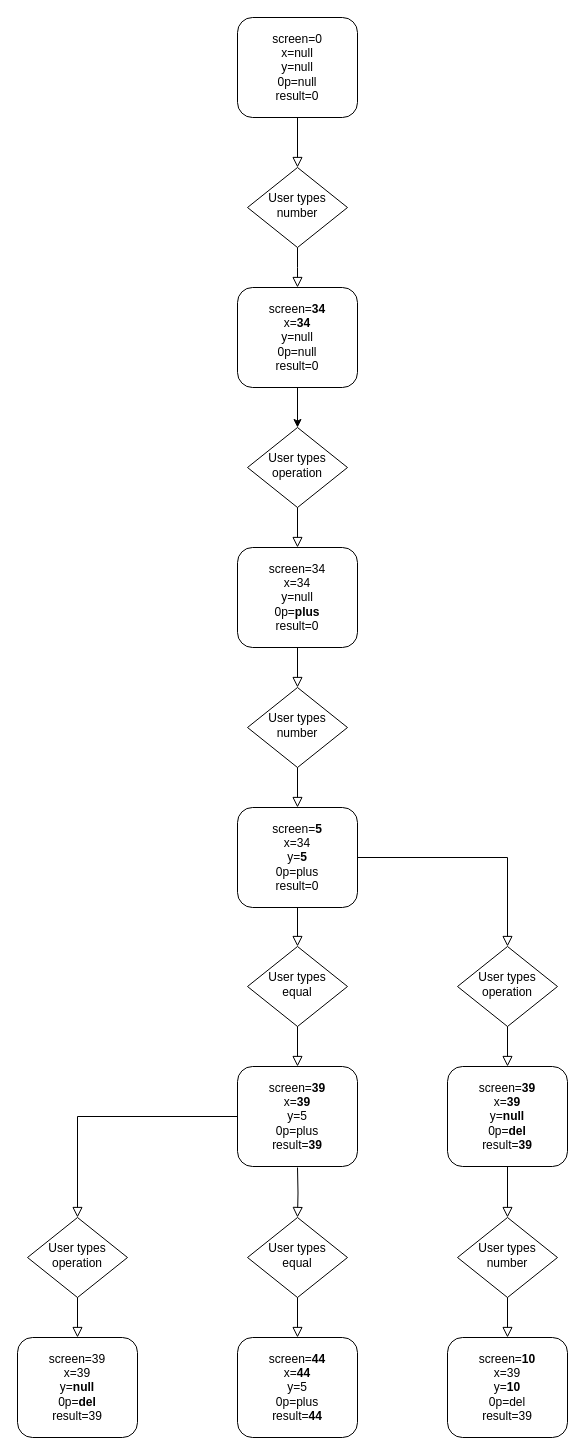
Above: calc.drawio in hector1234567/calculator-app (draw.io), before the change. Source tidied: cells renumbered, new cells numbered last; positions are measured from the earlier drawing's top-left corner, leaving out a move shared by most shapes. Both pictures are drawn from the tidied source at 100%, with x=0, y=0 at pixel (17, 17).
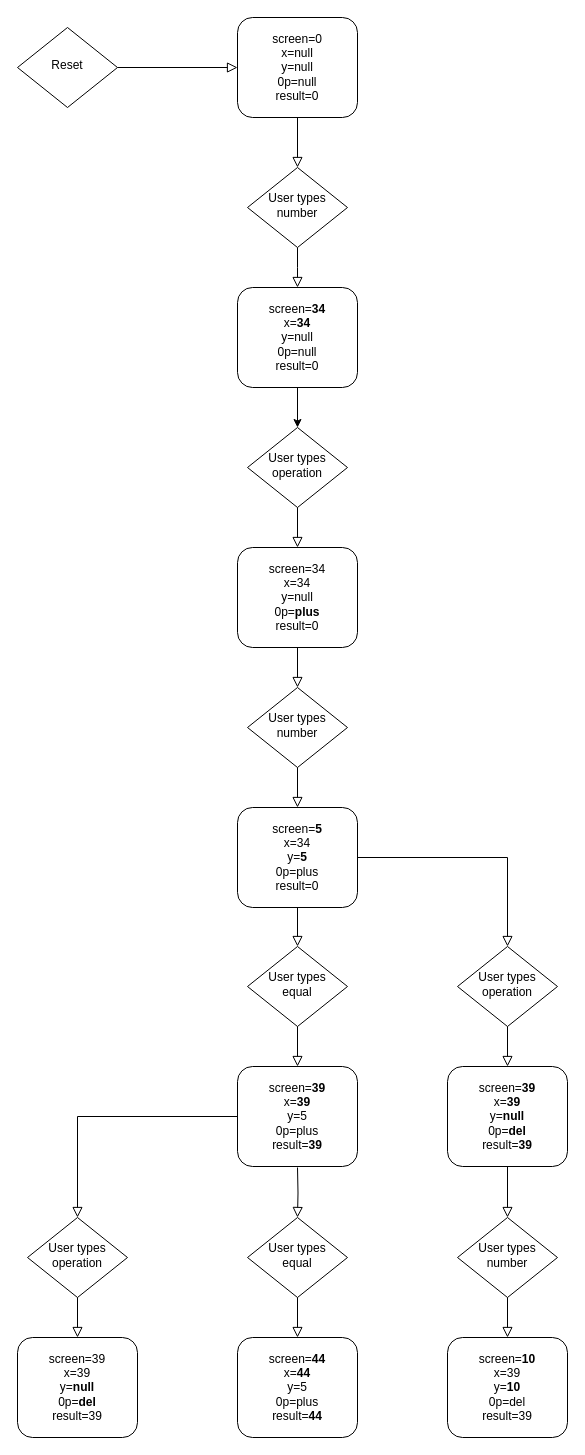
After the change.

The change refers to these unchanged cells:
```xml
<mxCell id="3" value="screen=0&lt;br&gt;x=null&lt;br&gt;y=null&lt;br&gt;0p=null&lt;br&gt;result=0" style="rounded=1;whiteSpace=wrap;html=1;fontSize=12;glass=0;strokeWidth=1;shadow=0;" parent="1" vertex="1">
  <mxGeometry x="220" width="120" height="100" as="geometry" />
</mxCell>
```

Diff of the diagram source:
```diff
@@
+    <mxCell id="35" value="Reset" style="rhombus;whiteSpace=wrap;html=1;shadow=0;fontFamily=Helvetica;fontSize=12;align=center;strokeWidth=1;spacing=6;spacingTop=-4;" parent="1" vertex="1">
+      <mxGeometry y="10" width="100" height="80" as="geometry" />
+    </mxCell>
+    <mxCell id="36" style="rounded=0;html=1;jettySize=auto;fontSize=11;endArrow=block;endFill=0;endSize=8;strokeWidth=1;shadow=0;labelBackgroundColor=none;edgeStyle=orthogonalEdgeStyle;exitX=1;exitY=0.5;exitDx=0;exitDy=0;entryX=0;entryY=0.5;entryDx=0;entryDy=0;" parent="1" edge="1" source="35" target="3">
+      <mxGeometry relative="1" as="geometry" />
+    </mxCell>
```
